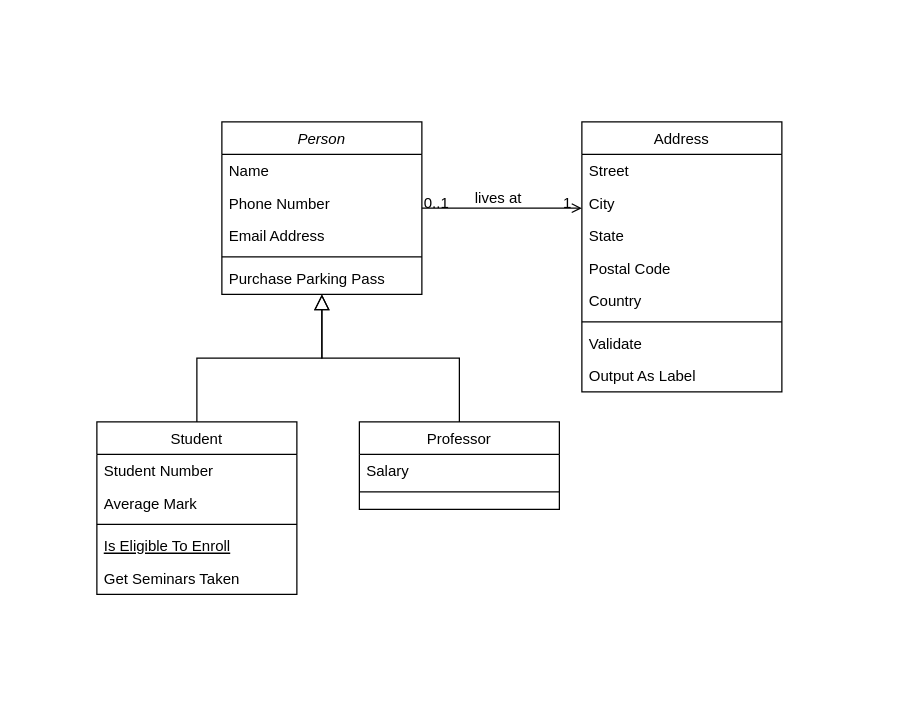
This is GiftsClass.drawio from Pib0di/diagramms, a draw.io file, before an edit. Source tidied: cells renumbered, new cells numbered last; positions are measured from the earlier drawing's top-left corner, leaving out a move shared by most shapes. Both pictures are drawn from the tidied source at 125%, with x=0, y=0 at pixel (96, 121).
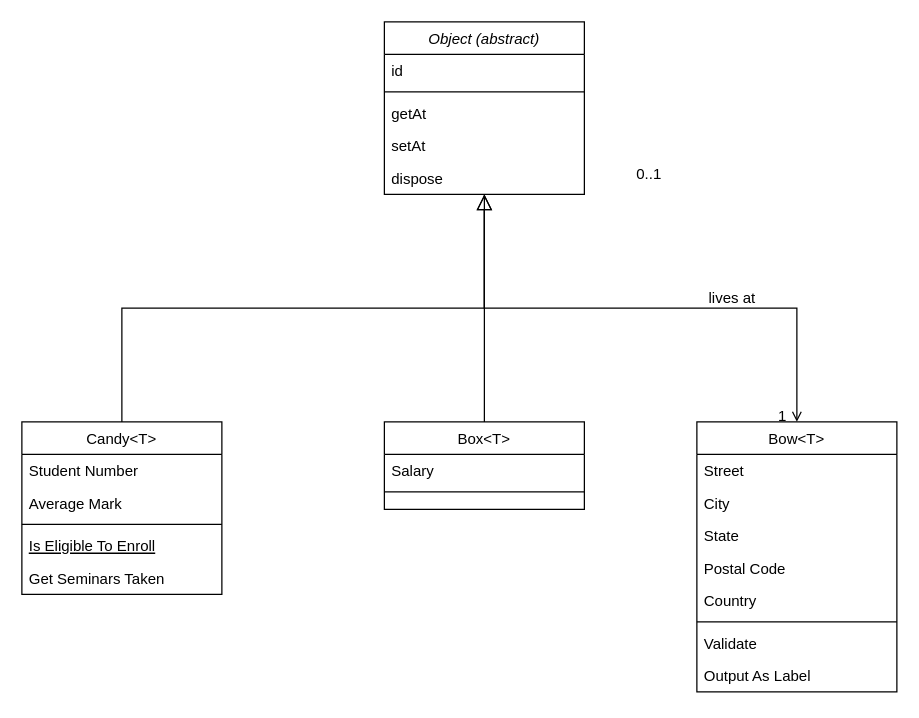
The same page after the edit.

The change refers to these unchanged cells:
```xml
<mxCell id="28" style="endArrow=open;shadow=0;strokeWidth=1;rounded=0;endFill=1;edgeStyle=elbowEdgeStyle;elbow=vertical;" parent="1" edge="1" source="2" target="19">
  <mxGeometry x="0.5" y="41" relative="1" as="geometry">
    <mxPoint x="-40" y="32" as="offset" />
  </mxGeometry>
</mxCell>
```

Change to the diagram source:
```diff
@@
-    <mxCell id="2" value="Person" style="swimlane;fontStyle=2;align=center;verticalAlign=top;horizontal=1;startSize=26;rounded=0;shadow=0;strokeWidth=1;" parent="1" vertex="1">
-      <mxGeometry x="100" width="160" height="138" as="geometry" />
+    <mxCell id="2" value="Object (abstract)" style="swimlane;fontStyle=2;align=center;verticalAlign=top;horizontal=1;startSize=26;rounded=0;shadow=0;strokeWidth=1;" parent="1" vertex="1">
+      <mxGeometry x="230" y="-80" width="160" height="138" as="geometry" />
     </mxCell>
-    <mxCell id="3" value="Name" style="text;align=left;verticalAlign=top;spacingLeft=4;spacingRight=4;overflow=hidden;" parent="2" vertex="1">
+    <mxCell id="3" value="id" style="text;align=left;verticalAlign=top;spacingLeft=4;spacingRight=4;overflow=hidden;" parent="2" vertex="1">
       <mxGeometry y="26" width="160" height="26" as="geometry" />
     </mxCell>
-    <mxCell id="4" value="Phone Number" style="text;align=left;verticalAlign=top;spacingLeft=4;spacingRight=4;overflow=hidden;rounded=0;shadow=0;html=0;" parent="2" vertex="1">
-      <mxGeometry y="52" width="160" height="26" as="geometry" />
-    </mxCell>
-    <mxCell id="5" value="Email Address" style="text;align=left;verticalAlign=top;spacingLeft=4;spacingRight=4;overflow=hidden;rounded=0;shadow=0;html=0;" parent="2" vertex="1">
-      <mxGeometry y="78" width="160" height="26" as="geometry" />
-    </mxCell>
     <mxCell id="6" style="line;html=1;strokeWidth=1;align=left;verticalAlign=middle;spacingTop=-1;spacingLeft=3;spacingRight=3;labelPosition=right;" parent="2" vertex="1">
-      <mxGeometry y="104" width="160" height="8" as="geometry" />
+      <mxGeometry y="52" width="160" height="8" as="geometry" />
     </mxCell>
-    <mxCell id="7" value="Purchase Parking Pass" style="text;align=left;verticalAlign=top;spacingLeft=4;spacingRight=4;overflow=hidden;" parent="2" vertex="1">
-      <mxGeometry y="112" width="160" height="26" as="geometry" />
+    <mxCell id="7" value="getAt" style="text;align=left;verticalAlign=top;spacingLeft=4;spacingRight=4;overflow=hidden;" parent="2" vertex="1">
+      <mxGeometry y="60" width="160" height="26" as="geometry" />
     </mxCell>
+    <mxCell id="32" value="setAt" style="text;align=left;verticalAlign=top;spacingLeft=4;spacingRight=4;overflow=hidden;" parent="2" vertex="1">
+      <mxGeometry y="86" width="160" height="26" as="geometry" />
+    </mxCell>
+    <mxCell id="33" value="dispose" style="text;align=left;verticalAlign=top;spacingLeft=4;spacingRight=4;overflow=hidden;" parent="2" vertex="1">
+      <mxGeometry y="112" width="160" height="26" as="geometry" />
+    </mxCell>
-    <mxCell id="8" value="Student" style="swimlane;fontStyle=0;align=center;verticalAlign=top;horizontal=1;startSize=26;rounded=0;shadow=0;strokeWidth=1;" parent="1" vertex="1">
-      <mxGeometry y="240" width="160" height="138" as="geometry" />
+    <mxCell id="8" value="Candy&lt;T&gt;" style="swimlane;fontStyle=0;align=center;verticalAlign=top;horizontal=1;startSize=26;rounded=0;shadow=0;strokeWidth=1;" parent="1" vertex="1">
+      <mxGeometry x="-60" y="240" width="160" height="138" as="geometry" />
     </mxCell>
@@
-    <mxCell id="15" value="Professor" style="swimlane;fontStyle=0;align=center;verticalAlign=top;horizontal=1;startSize=26;rounded=0;shadow=0;strokeWidth=1;" parent="1" vertex="1">
-      <mxGeometry x="210" y="240" width="160" height="70" as="geometry" />
+    <mxCell id="15" value="Box&lt;T&gt;" style="swimlane;fontStyle=0;align=center;verticalAlign=top;horizontal=1;startSize=26;rounded=0;shadow=0;strokeWidth=1;" parent="1" vertex="1">
+      <mxGeometry x="230" y="240" width="160" height="70" as="geometry" />
     </mxCell>
@@
-    <mxCell id="19" value="Address" style="swimlane;fontStyle=0;align=center;verticalAlign=top;horizontal=1;startSize=26;rounded=0;shadow=0;strokeWidth=1;" parent="1" vertex="1">
-      <mxGeometry x="388" width="160" height="216" as="geometry" />
+    <mxCell id="19" value="Bow&lt;T&gt;" style="swimlane;fontStyle=0;align=center;verticalAlign=top;horizontal=1;startSize=26;rounded=0;shadow=0;strokeWidth=1;" parent="1" vertex="1">
+      <mxGeometry x="480" y="240" width="160" height="216" as="geometry" />
     </mxCell>
@@
     <mxCell id="29" value="0..1" style="align=left;verticalAlign=bottom;labelBackgroundColor=none;fontSize=12;" parent="28" vertex="1">
       <mxGeometry x="-1" relative="1" as="geometry">
-        <mxPoint y="4" as="offset" />
+        <mxPoint x="120" y="-8" as="offset" />
       </mxGeometry>
     </mxCell>
```
